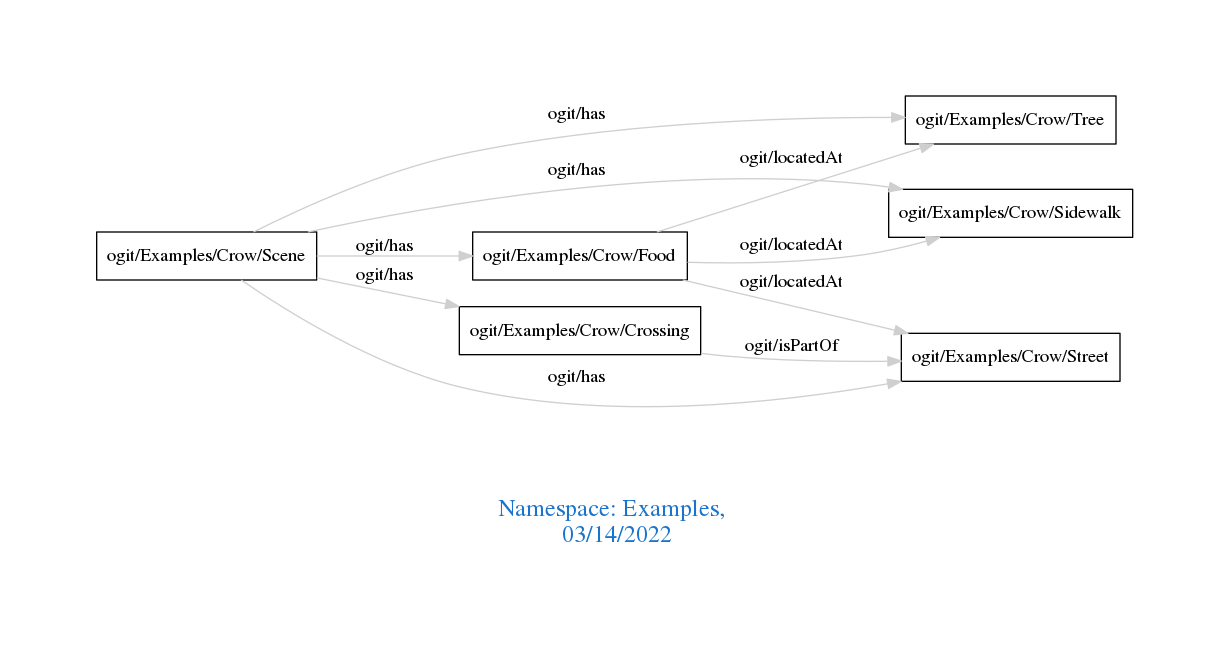
Before: downloads/Examples.png, a diagram exported from Graphviz (arago/OGIT). Its source is kept beside it as downloads/Examples.dot.
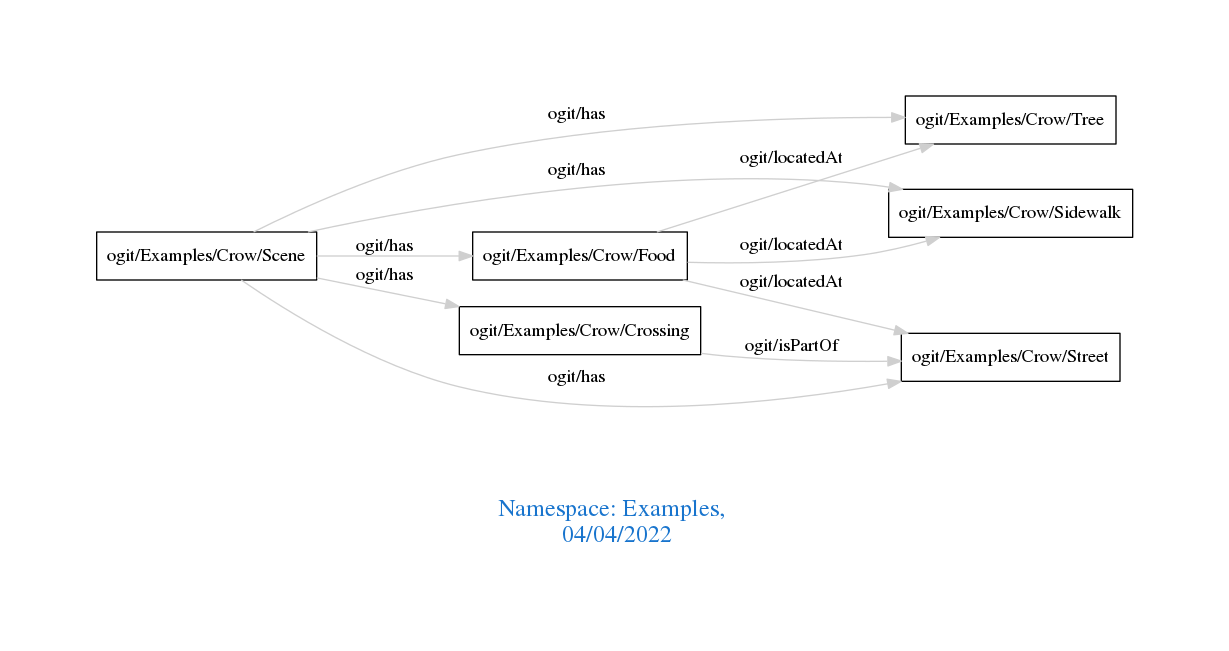
After the commit.

What changed in the source:
```diff
@@ -1,7 +1,7 @@
 digraph OGIT_ontology {
  graph [ rankdir= LR,pad=1
 fontsize = 18,
-fontcolor= dodgerblue3,label = "\n\n\nNamespace: Examples, \n 03/14/2022"];
+fontcolor= dodgerblue3,label = "\n\n\nNamespace: Examples, \n 04/04/2022"];
 node[shape=polygon];
 edge [  color="gray81"];
 
```
